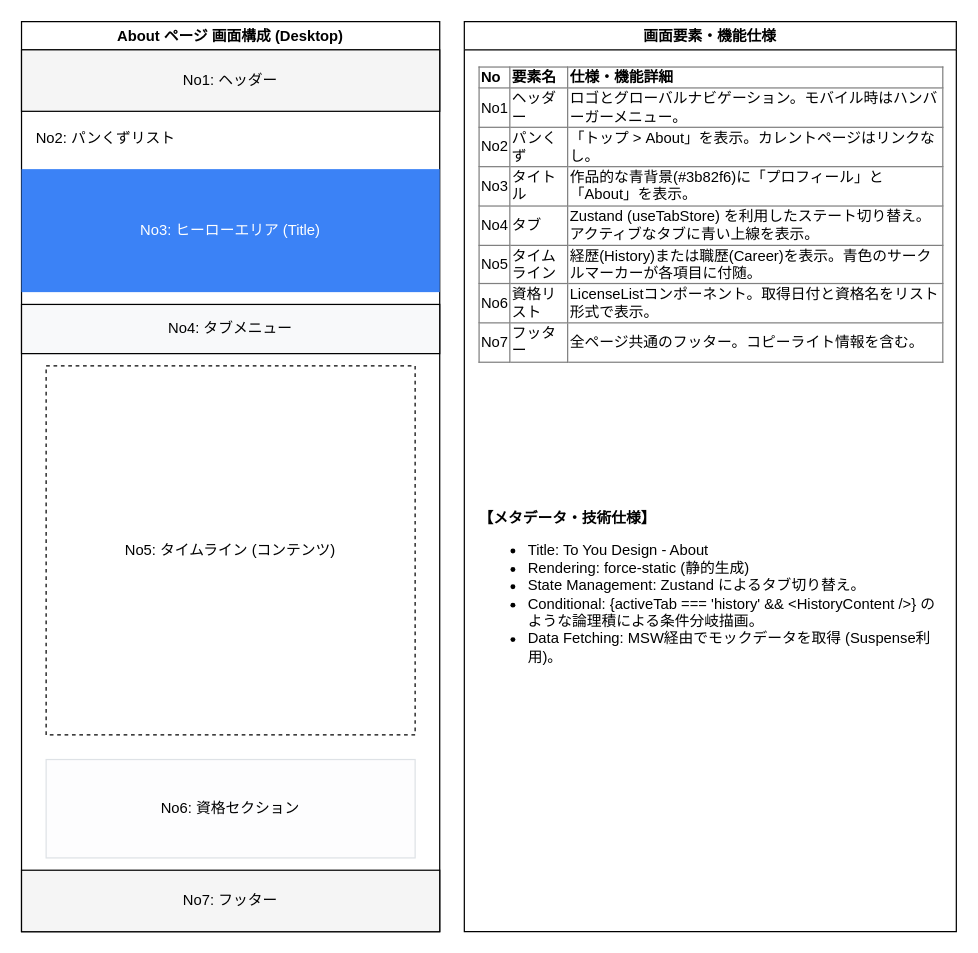
The draw.io diagram docs/frontend/drawio/about.drawio in takoyan33/nextjs-portfolio, before the edit. Source tidied: cells renumbered, new cells numbered last; positions are measured from the earlier drawing's top-left corner, leaving out a move shared by most shapes. Both pictures are drawn from the tidied source at 123%, with x=0, y=0 at pixel (21, 21).
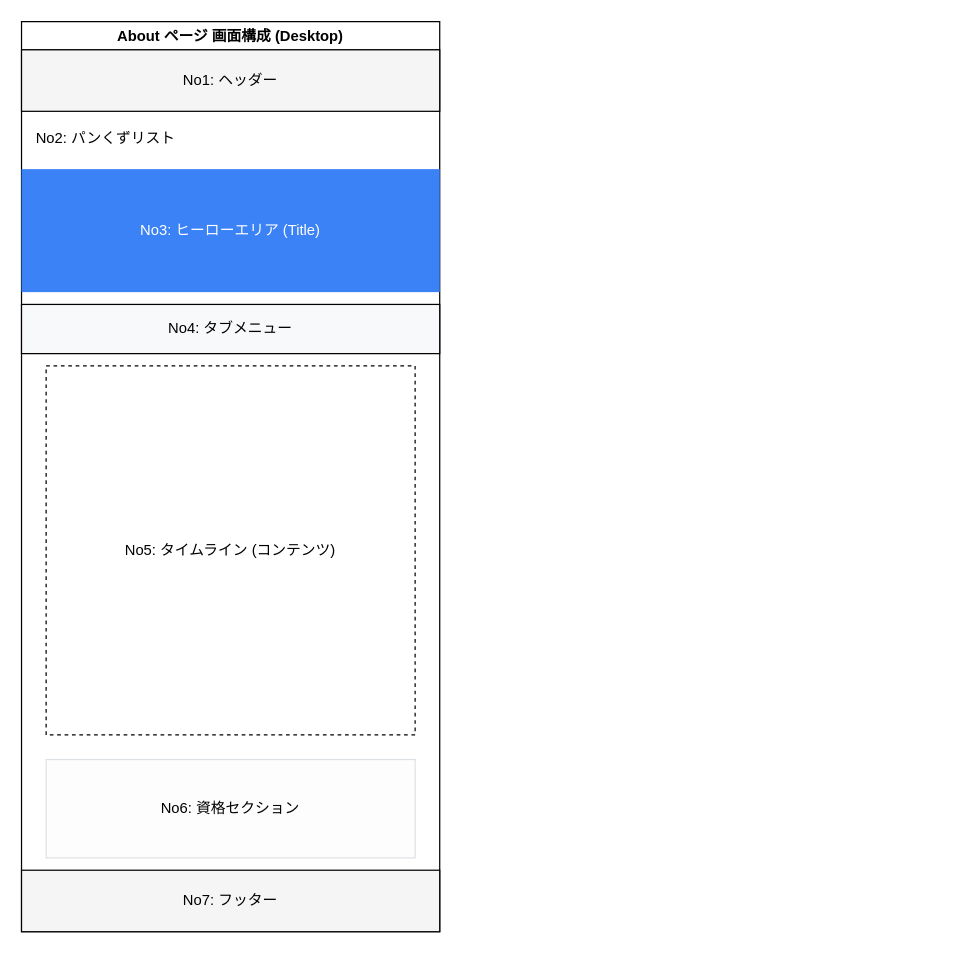
Above is the later version.

The edit, as a diff of the source:
```diff
@@
 <mxGraphModel>
   <root>
     <mxCell id="0" />
     <mxCell id="1" parent="0" />
     <mxCell id="2" value="About ページ 画面構成 (Desktop)" style="swimlane;whiteSpace=wrap;html=1;startSize=23;" parent="1" vertex="1">
       <mxGeometry width="340" height="740" as="geometry" />
     </mxCell>
     <mxCell id="3" value="No1: ヘッダー" style="rounded=0;whiteSpace=wrap;html=1;fillColor=#f5f5f5;" parent="2" vertex="1">
       <mxGeometry y="23" width="340" height="50" as="geometry" />
     </mxCell>
     <mxCell id="4" value="No2: パンくずリスト" style="text;html=1;strokeColor=none;fillColor=none;align=left;verticalAlign=middle;whiteSpace=wrap;rounded=0;" parent="2" vertex="1">
       <mxGeometry x="10" y="80" width="200" height="30" as="geometry" />
     </mxCell>
     <mxCell id="5" value="No3: ヒーローエリア (Title)" style="rounded=0;whiteSpace=wrap;html=1;fillColor=#3b82f6;fontColor=#ffffff;strokeColor=none;" parent="2" vertex="1">
       <mxGeometry y="120" width="340" height="100" as="geometry" />
     </mxCell>
     <mxCell id="6" value="No4: タブメニュー" style="rounded=0;whiteSpace=wrap;html=1;fillColor=#f8f9fa;" parent="2" vertex="1">
       <mxGeometry y="230" width="340" height="40" as="geometry" />
     </mxCell>
     <mxCell id="7" value="No5: タイムライン (コンテンツ)" style="rounded=0;whiteSpace=wrap;html=1;fillColor=none;dashed=1;" parent="2" vertex="1">
       <mxGeometry x="20" y="280" width="300" height="300" as="geometry" />
     </mxCell>
     <mxCell id="8" value="No6: 資格セクション" style="rounded=0;whiteSpace=wrap;html=1;fillColor=#fdfdfe;strokeColor=#dee2e6;" parent="2" vertex="1">
       <mxGeometry x="20" y="600" width="300" height="80" as="geometry" />
     </mxCell>
     <mxCell id="9" value="No7: フッター" style="rounded=0;whiteSpace=wrap;html=1;fillColor=#f5f5f5;" parent="2" vertex="1">
       <mxGeometry y="690" width="340" height="50" as="geometry" />
     </mxCell>
-    <mxCell id="10" value="画面要素・機能仕様" style="swimlane;whiteSpace=wrap;html=1;startSize=23;" parent="1" vertex="1">
-      <mxGeometry x="360" width="400" height="740" as="geometry" />
-    </mxCell>
-    <mxCell id="11" value="&lt;table border=&quot;1&quot; width=&quot;100%&quot; style=&quot;border-collapse:collapse;&quot;&gt;&lt;tr&gt;&lt;th&gt;No&lt;/th&gt;&lt;th&gt;要素名&lt;/th&gt;&lt;th&gt;仕様・機能詳細&lt;/th&gt;&lt;/tr&gt;&lt;tr&gt;&lt;td&gt;No1&lt;/td&gt;&lt;td&gt;ヘッダー&lt;/td&gt;&lt;td&gt;ロゴとグローバルナビゲーション。モバイル時はハンバーガーメニュー。&lt;/td&gt;&lt;/tr&gt;&lt;tr&gt;&lt;td&gt;No2&lt;/td&gt;&lt;td&gt;パンくず&lt;/td&gt;&lt;td&gt;「トップ &amp;gt; About」を表示。カレントページはリンクなし。&lt;/td&gt;&lt;/tr&gt;&lt;tr&gt;&lt;td&gt;No3&lt;/td&gt;&lt;td&gt;タイトル&lt;/td&gt;&lt;td&gt;作品的な青背景(#3b82f6)に「プロフィール」と「About」を表示。&lt;/td&gt;&lt;/tr&gt;&lt;tr&gt;&lt;td&gt;No4&lt;/td&gt;&lt;td&gt;タブ&lt;/td&gt;&lt;td&gt;Zustand (useTabStore) を利用したステート切り替え。アクティブなタブに青い上線を表示。&lt;/td&gt;&lt;/tr&gt;&lt;tr&gt;&lt;td&gt;No5&lt;/td&gt;&lt;td&gt;タイムライン&lt;/td&gt;&lt;td&gt;経歴(History)または職歴(Career)を表示。青色のサークルマーカーが各項目に付随。&lt;/td&gt;&lt;/tr&gt;&lt;tr&gt;&lt;td&gt;No6&lt;/td&gt;&lt;td&gt;資格リスト&lt;/td&gt;&lt;td&gt;LicenseListコンポーネント。取得日付と資格名をリスト形式で表示。&lt;/td&gt;&lt;/tr&gt;&lt;tr&gt;&lt;td&gt;No7&lt;/td&gt;&lt;td&gt;フッター&lt;/td&gt;&lt;td&gt;全ページ共通のフッター。コピーライト情報を含む。&lt;/td&gt;&lt;/tr&gt;&lt;/table&gt;" style="text;html=1;strokeColor=none;fillColor=none;align=left;verticalAlign=top;whiteSpace=wrap;rounded=0;" parent="10" vertex="1">
-      <mxGeometry x="10" y="30" width="380" height="340" as="geometry" />
-    </mxCell>
-    <mxCell id="12" value="&lt;b&gt;【メタデータ・技術仕様】&lt;/b&gt;&lt;br&gt;&lt;ul&gt;&lt;li&gt;Title: To You Design - About&lt;/li&gt;&lt;li&gt;Rendering: force-static (静的生成)&lt;/li&gt;&lt;li&gt;State Management: Zustand によるタブ切り替え。&lt;/li&gt;&lt;li&gt;Conditional: {activeTab === 'history' &amp;&amp; &amp;lt;HistoryContent /&amp;gt;} のような論理積による条件分岐描画。&lt;/li&gt;&lt;li&gt;Data Fetching: MSW経由でモックデータを取得 (Suspense利用)。&lt;/li&gt;&lt;/ul&gt;" style="text;html=1;strokeColor=none;fillColor=none;align=left;verticalAlign=top;whiteSpace=wrap;rounded=0;" parent="10" vertex="1">
-      <mxGeometry x="10" y="390" width="380" height="150" as="geometry" />
-    </mxCell>
   </root>
 </mxGraphModel>
```
